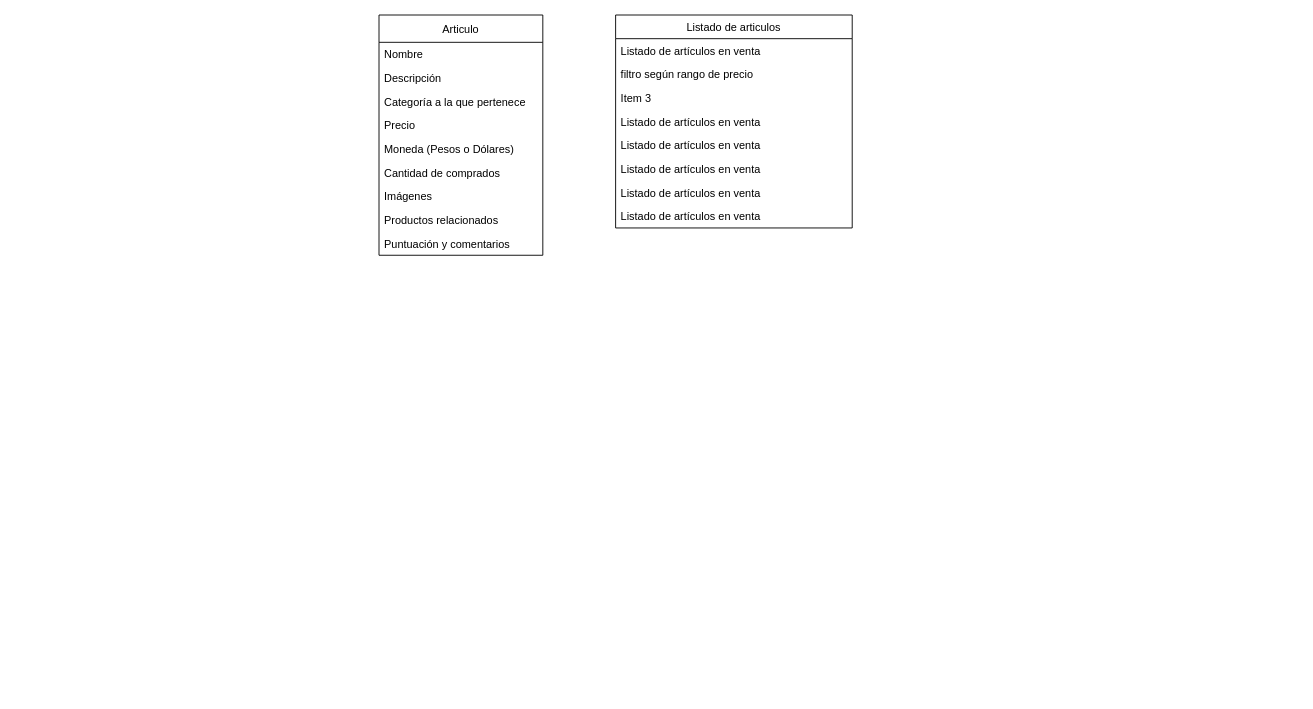
The draw.io diagram Untitled Diagram.drawio in franciscodiaz12/ecommerceproyecto, before the edit. Source tidied: cells renumbered, new cells numbered last; positions are measured from the earlier drawing's top-left corner, leaving out a move shared by most shapes. Both pictures are drawn from the tidied source at 91%, with x=0, y=0 at pixel (379, 15).
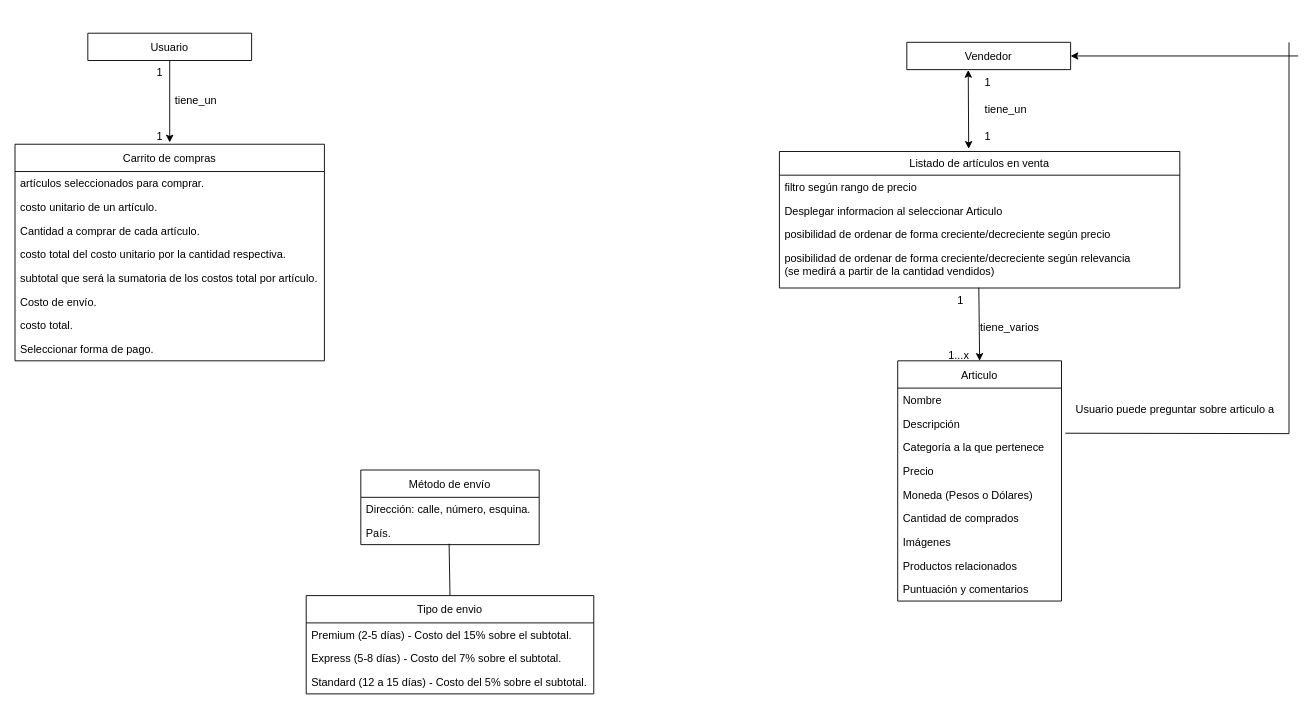
The same page after the edit.

The change refers to these unchanged cells:
```xml
<mxCell id="5" value="Categoría a la que pertenece" style="text;strokeColor=none;fillColor=none;align=left;verticalAlign=top;spacingLeft=4;spacingRight=4;overflow=hidden;points=[[0,0.5],[1,0.5]];portConstraint=eastwest;" parent="2" vertex="1">
  <mxGeometry y="82" width="180" height="26" as="geometry" />
</mxCell>
```

The edit, as a diff of the source:
```diff
@@
     <mxCell id="2" value="Articulo" style="swimlane;fontStyle=0;horizontal=1;startSize=30;" parent="1" vertex="1">
-      <mxGeometry width="180" height="264" as="geometry" />
+      <mxGeometry x="570" y="380" width="180" height="264" as="geometry" />
     </mxCell>
@@
-    <mxCell id="12" value="Listado de articulos" style="swimlane;fontStyle=0;horizontal=1;startSize=26;" parent="1" vertex="1">
-      <mxGeometry x="260" width="260" height="234" as="geometry" />
+    <mxCell id="12" value="Listado de artículos en venta" style="swimlane;fontStyle=0;horizontal=1;startSize=26;" parent="1" vertex="1">
+      <mxGeometry x="440" y="150" width="440" height="150" as="geometry" />
     </mxCell>
-    <mxCell id="13" value="Listado de artículos en venta" style="text;strokeColor=none;fillColor=none;align=left;verticalAlign=top;spacingLeft=4;spacingRight=4;overflow=hidden;" parent="12" vertex="1">
-      <mxGeometry y="26" width="260" height="26" as="geometry" />
-    </mxCell>
     <mxCell id="14" value="filtro según rango de precio" style="text;strokeColor=none;fillColor=none;align=left;verticalAlign=top;spacingLeft=4;spacingRight=4;overflow=hidden;" parent="12" vertex="1">
-      <mxGeometry y="52" width="260" height="26" as="geometry" />
+      <mxGeometry y="26" width="440" height="26" as="geometry" />
     </mxCell>
-    <mxCell id="15" value="Item 3" style="text;strokeColor=none;fillColor=none;align=left;verticalAlign=top;spacingLeft=4;spacingRight=4;overflow=hidden;" parent="12" vertex="1">
-      <mxGeometry y="78" width="260" height="26" as="geometry" />
+    <mxCell id="15" value="Desplegar informacion al seleccionar Articulo" style="text;strokeColor=none;fillColor=none;align=left;verticalAlign=top;spacingLeft=4;spacingRight=4;overflow=hidden;" parent="12" vertex="1">
+      <mxGeometry y="52" width="440" height="26" as="geometry" />
     </mxCell>
-    <mxCell id="16" value="Listado de artículos en venta" style="text;strokeColor=none;fillColor=none;align=left;verticalAlign=top;spacingLeft=4;spacingRight=4;overflow=hidden;" parent="12" vertex="1">
-      <mxGeometry y="104" width="260" height="26" as="geometry" />
+    <mxCell id="16" value="posibilidad de ordenar de forma creciente/decreciente según precio" style="text;strokeColor=none;fillColor=none;align=left;verticalAlign=top;spacingLeft=4;spacingRight=4;overflow=hidden;" parent="12" vertex="1">
+      <mxGeometry y="78" width="440" height="26" as="geometry" />
     </mxCell>
-    <mxCell id="17" value="Listado de artículos en venta" style="text;strokeColor=none;fillColor=none;align=left;verticalAlign=top;spacingLeft=4;spacingRight=4;overflow=hidden;" parent="12" vertex="1">
-      <mxGeometry y="130" width="260" height="26" as="geometry" />
-    </mxCell>
-    <mxCell id="18" value="Listado de artículos en venta" style="text;strokeColor=none;fillColor=none;align=left;verticalAlign=top;spacingLeft=4;spacingRight=4;overflow=hidden;" parent="12" vertex="1">
-      <mxGeometry y="156" width="260" height="26" as="geometry" />
-    </mxCell>
-    <mxCell id="19" value="Listado de artículos en venta" style="text;strokeColor=none;fillColor=none;align=left;verticalAlign=top;spacingLeft=4;spacingRight=4;overflow=hidden;" parent="12" vertex="1">
-      <mxGeometry y="182" width="260" height="26" as="geometry" />
-    </mxCell>
-    <mxCell id="20" value="Listado de artículos en venta" style="text;strokeColor=none;fillColor=none;align=left;verticalAlign=top;spacingLeft=4;spacingRight=4;overflow=hidden;" parent="12" vertex="1">
-      <mxGeometry y="208" width="260" height="26" as="geometry" />
-    </mxCell>
+    <mxCell id="21" value="posibilidad de ordenar de forma creciente/decreciente según relevancia&#10;(se medirá a partir de la cantidad vendidos)" style="text;strokeColor=none;fillColor=none;align=left;verticalAlign=top;spacingLeft=4;spacingRight=4;overflow=hidden;points=[[0,0.5],[1,0.5]];portConstraint=eastwest;" parent="12" vertex="1">
+      <mxGeometry y="104" width="440" height="46" as="geometry" />
+    </mxCell>
+    <mxCell id="22" value="Vendedor" style="swimlane;fontStyle=0;horizontal=1;startSize=80;" parent="1" vertex="1">
+      <mxGeometry x="580" y="30" width="180" height="30" as="geometry" />
+    </mxCell>
+    <mxCell id="23" value="Usuario" style="swimlane;fontStyle=0;horizontal=1;startSize=56;" parent="1" vertex="1">
+      <mxGeometry x="-320" y="20" width="180" height="30" as="geometry" />
+    </mxCell>
+    <mxCell id="24" value="Carrito de compras" style="swimlane;fontStyle=0;horizontal=1;startSize=30;" parent="1" vertex="1">
+      <mxGeometry x="-400" y="142" width="340" height="238" as="geometry" />
+    </mxCell>
+    <mxCell id="25" value="artículos seleccionados para comprar." style="text;strokeColor=none;fillColor=none;align=left;verticalAlign=top;spacingLeft=4;spacingRight=4;overflow=hidden;" parent="24" vertex="1">
+      <mxGeometry y="30" width="340" height="26" as="geometry" />
+    </mxCell>
+    <mxCell id="26" value="costo unitario de un artículo." style="text;strokeColor=none;fillColor=none;align=left;verticalAlign=top;spacingLeft=4;spacingRight=4;overflow=hidden;" parent="24" vertex="1">
+      <mxGeometry y="56" width="340" height="26" as="geometry" />
+    </mxCell>
+    <mxCell id="27" value="Cantidad a comprar de cada artículo." style="text;strokeColor=none;fillColor=none;align=left;verticalAlign=top;spacingLeft=4;spacingRight=4;overflow=hidden;" parent="24" vertex="1">
+      <mxGeometry y="82" width="340" height="26" as="geometry" />
+    </mxCell>
+    <mxCell id="28" value="costo total del costo unitario por la cantidad respectiva." style="text;strokeColor=none;fillColor=none;align=left;verticalAlign=top;spacingLeft=4;spacingRight=4;overflow=hidden;" parent="24" vertex="1">
+      <mxGeometry y="108" width="340" height="26" as="geometry" />
+    </mxCell>
+    <mxCell id="29" value="subtotal que será la sumatoria de los costos total por artículo." style="text;strokeColor=none;fillColor=none;align=left;verticalAlign=top;spacingLeft=4;spacingRight=4;overflow=hidden;" parent="24" vertex="1">
+      <mxGeometry y="134" width="340" height="26" as="geometry" />
+    </mxCell>
+    <mxCell id="30" value="Costo de envío." style="text;strokeColor=none;fillColor=none;align=left;verticalAlign=top;spacingLeft=4;spacingRight=4;overflow=hidden;" parent="24" vertex="1">
+      <mxGeometry y="160" width="340" height="26" as="geometry" />
+    </mxCell>
+    <mxCell id="31" value="costo total." style="text;strokeColor=none;fillColor=none;align=left;verticalAlign=top;spacingLeft=4;spacingRight=4;overflow=hidden;" parent="24" vertex="1">
+      <mxGeometry y="186" width="340" height="26" as="geometry" />
+    </mxCell>
+    <mxCell id="32" value="Seleccionar forma de pago." style="text;strokeColor=none;fillColor=none;align=left;verticalAlign=top;spacingLeft=4;spacingRight=4;overflow=hidden;" parent="24" vertex="1">
+      <mxGeometry y="212" width="340" height="26" as="geometry" />
+    </mxCell>
+    <mxCell id="33" value="Método de envío" style="swimlane;fontStyle=0;horizontal=1;startSize=30;" parent="1" vertex="1">
+      <mxGeometry x="-20" y="500" width="196" height="82" as="geometry" />
+    </mxCell>
+    <mxCell id="34" value="Dirección: calle, número, esquina." style="text;strokeColor=none;fillColor=none;align=left;verticalAlign=top;spacingLeft=4;spacingRight=4;overflow=hidden;" parent="33" vertex="1">
+      <mxGeometry y="30" width="196" height="26" as="geometry" />
+    </mxCell>
+    <mxCell id="35" value="País." style="text;strokeColor=none;fillColor=none;align=left;verticalAlign=top;spacingLeft=4;spacingRight=4;overflow=hidden;points=[[0,0.5],[1,0.5]];portConstraint=eastwest;" parent="33" vertex="1">
+      <mxGeometry y="56" width="196" height="26" as="geometry" />
+    </mxCell>
+    <mxCell id="36" value="Tipo de envio" style="swimlane;fontStyle=0;horizontal=1;startSize=30;" parent="1" vertex="1">
+      <mxGeometry x="-80" y="638" width="316" height="108" as="geometry" />
+    </mxCell>
+    <mxCell id="37" value="Premium (2-5 días) - Costo del 15% sobre el subtotal." style="text;strokeColor=none;fillColor=none;align=left;verticalAlign=top;spacingLeft=4;spacingRight=4;overflow=hidden;" parent="36" vertex="1">
+      <mxGeometry y="30" width="316" height="26" as="geometry" />
+    </mxCell>
+    <mxCell id="38" value="Express (5-8 días) - Costo del 7% sobre el subtotal." style="text;strokeColor=none;fillColor=none;align=left;verticalAlign=top;spacingLeft=4;spacingRight=4;overflow=hidden;" parent="36" vertex="1">
+      <mxGeometry y="56" width="316" height="26" as="geometry" />
+    </mxCell>
+    <mxCell id="39" value="Standard (12 a 15 días) - Costo del 5% sobre el subtotal." style="text;strokeColor=none;fillColor=none;align=left;verticalAlign=top;spacingLeft=4;spacingRight=4;overflow=hidden;" parent="36" vertex="1">
+      <mxGeometry y="82" width="316" height="26" as="geometry" />
+    </mxCell>
+    <mxCell id="40" style="endArrow=none;html=1;entryX=0.495;entryY=0.962;entryDx=0;entryDy=0;entryPerimeter=0;exitX=0.5;exitY=0;exitDx=0;exitDy=0;" parent="1" edge="1" source="36" target="35">
+      <mxGeometry relative="1" as="geometry" />
+    </mxCell>
+    <mxCell id="41" value="tiene_un" style="text;strokeColor=none;fillColor=none;spacingLeft=4;spacingRight=4;overflow=hidden;fontSize=12;" parent="1" vertex="1">
+      <mxGeometry x="-230" y="80" width="60" height="30" as="geometry" />
+    </mxCell>
+    <mxCell id="42" value="1" style="text;strokeColor=none;fillColor=none;spacingLeft=4;spacingRight=4;overflow=hidden;fontSize=12;" parent="1" vertex="1">
+      <mxGeometry x="660" y="60" width="40" height="30" as="geometry" />
+    </mxCell>
+    <mxCell id="43" value="1" style="text;strokeColor=none;fillColor=none;spacingLeft=4;spacingRight=4;overflow=hidden;fontSize=12;" parent="1" vertex="1">
+      <mxGeometry x="660" y="120" width="40" height="30" as="geometry" />
+    </mxCell>
+    <mxCell id="44" value="tiene_un" style="text;strokeColor=none;fillColor=none;spacingLeft=4;spacingRight=4;overflow=hidden;fontSize=12;" parent="1" vertex="1">
+      <mxGeometry x="660" y="90" width="70" height="30" as="geometry" />
+    </mxCell>
+    <mxCell id="45" value="1" style="text;strokeColor=none;fillColor=none;spacingLeft=4;spacingRight=4;overflow=hidden;fontSize=12;" parent="1" vertex="1">
+      <mxGeometry x="-250" y="50" width="40" height="30" as="geometry" />
+    </mxCell>
+    <mxCell id="46" value="1" style="text;strokeColor=none;fillColor=none;spacingLeft=4;spacingRight=4;overflow=hidden;fontSize=12;" parent="1" vertex="1">
+      <mxGeometry x="-250" y="120" width="40" height="30" as="geometry" />
+    </mxCell>
+    <mxCell id="47" style="endArrow=classic;html=1;exitX=0.498;exitY=0.993;exitDx=0;exitDy=0;exitPerimeter=0;entryX=0.5;entryY=0;entryDx=0;entryDy=0;" parent="1" edge="1" source="21" target="2">
+      <mxGeometry relative="1" as="geometry" />
+    </mxCell>
+    <mxCell id="48" value="tiene_varios" style="text;strokeColor=none;fillColor=none;spacingLeft=4;spacingRight=4;overflow=hidden;fontSize=12;" parent="1" vertex="1">
+      <mxGeometry x="655" y="330" width="80" height="30" as="geometry" />
+    </mxCell>
+    <mxCell id="49" value="1" style="text;strokeColor=none;fillColor=none;spacingLeft=4;spacingRight=4;overflow=hidden;fontSize=12;" parent="1" vertex="1">
+      <mxGeometry x="630" y="300" width="40" height="30" as="geometry" />
+    </mxCell>
+    <mxCell id="50" value="1...x" style="text;strokeColor=none;fillColor=none;spacingLeft=4;spacingRight=4;overflow=hidden;fontSize=12;" parent="1" vertex="1">
+      <mxGeometry x="620" y="360" width="40" height="30" as="geometry" />
+    </mxCell>
+    <mxCell id="51" style="endArrow=classic;html=1;exitX=0.5;exitY=1;exitDx=0;exitDy=0;" parent="1" edge="1" source="23">
+      <mxGeometry relative="1" as="geometry">
+        <mxPoint x="-230" y="140" as="targetPoint" />
+      </mxGeometry>
+    </mxCell>
+    <mxCell id="52" style="endArrow=none;html=1;exitX=1.023;exitY=-0.093;exitDx=0;exitDy=0;exitPerimeter=0;" parent="1" edge="1" source="5">
+      <mxGeometry relative="1" as="geometry">
+        <mxPoint x="1000" y="460" as="targetPoint" />
+      </mxGeometry>
+    </mxCell>
+    <mxCell id="53" style="endArrow=none;html=1;" parent="1" edge="1">
+      <mxGeometry relative="1" as="geometry">
+        <mxPoint x="1000" y="460" as="sourcePoint" />
+        <mxPoint x="1000" y="30" as="targetPoint" />
+      </mxGeometry>
+    </mxCell>
+    <mxCell id="54" style="endArrow=classic;html=1;entryX=1;entryY=0.5;entryDx=0;entryDy=0;" parent="1" edge="1" target="22">
+      <mxGeometry relative="1" as="geometry">
+        <mxPoint x="1010" y="45" as="sourcePoint" />
+      </mxGeometry>
+    </mxCell>
+    <mxCell id="55" value="Usuario puede preguntar sobre articulo a" style="text;strokeColor=none;fillColor=none;spacingLeft=4;spacingRight=4;overflow=hidden;fontSize=12;" parent="1" vertex="1">
+      <mxGeometry x="760" y="420" width="230" height="28" as="geometry" />
+    </mxCell>
+    <mxCell id="56" style="endArrow=classic;startArrow=classic;html=1;entryX=0.375;entryY=1.014;entryDx=0;entryDy=0;entryPerimeter=0;" parent="1" edge="1" target="22">
+      <mxGeometry relative="1" as="geometry">
+        <mxPoint x="648" y="147" as="sourcePoint" />
+      </mxGeometry>
+    </mxCell>
```
